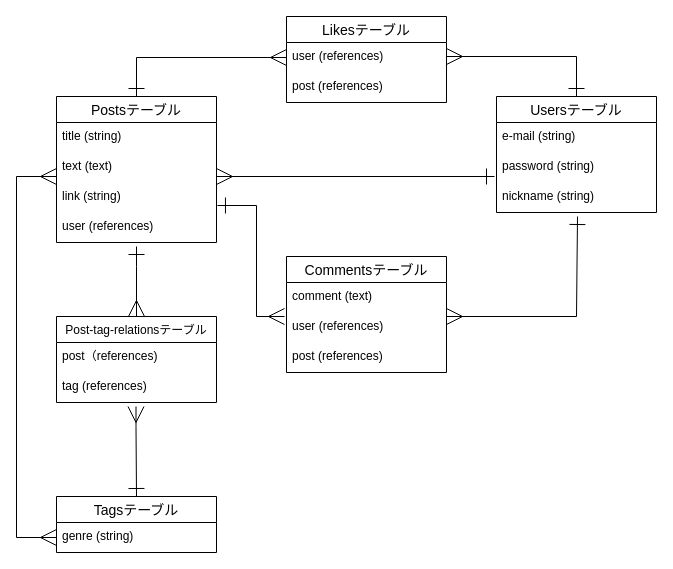
Above: ER.dio in hidetsugu-o/music-recommend (draw.io), before the change. Source tidied: cells renumbered, new cells numbered last; positions are measured from the earlier drawing's top-left corner, leaving out a move shared by most shapes. Both pictures are drawn from the tidied source at 100%, with x=0, y=0 at pixel (16, 16).
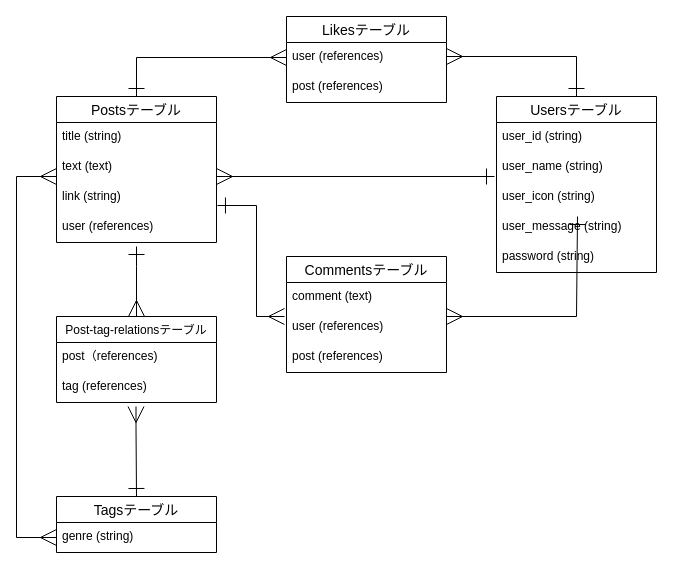
Above is the later version.

What changed in the source:
```diff
@@
     <mxCell id="15" value="Usersテーブル" style="swimlane;fontStyle=0;horizontal=1;startSize=26;align=center;fontSize=14;" parent="1" vertex="1">
-      <mxGeometry x="480" y="80" width="160" height="116" as="geometry" />
+      <mxGeometry x="480" y="80" width="160" height="176" as="geometry" />
     </mxCell>
-    <mxCell id="16" value="e-mail (string)" style="text;strokeColor=none;fillColor=none;spacingLeft=4;spacingRight=4;overflow=hidden;fontSize=12;" parent="15" vertex="1">
+    <mxCell id="16" value="user_id (string)" style="text;strokeColor=none;fillColor=none;spacingLeft=4;spacingRight=4;overflow=hidden;fontSize=12;" parent="15" vertex="1">
       <mxGeometry y="26" width="160" height="30" as="geometry" />
     </mxCell>
-    <mxCell id="17" value="password (string)" style="text;strokeColor=none;fillColor=none;spacingLeft=4;spacingRight=4;overflow=hidden;fontSize=12;" parent="15" vertex="1">
+    <mxCell id="17" value="user_name (string)" style="text;strokeColor=none;fillColor=none;spacingLeft=4;spacingRight=4;overflow=hidden;fontSize=12;" parent="15" vertex="1">
       <mxGeometry y="56" width="160" height="30" as="geometry" />
     </mxCell>
-    <mxCell id="18" value="nickname (string)" style="text;strokeColor=none;fillColor=none;spacingLeft=4;spacingRight=4;overflow=hidden;fontSize=12;" parent="15" vertex="1">
+    <mxCell id="18" value="user_icon (string)" style="text;strokeColor=none;fillColor=none;spacingLeft=4;spacingRight=4;overflow=hidden;fontSize=12;" parent="15" vertex="1">
       <mxGeometry y="86" width="160" height="30" as="geometry" />
     </mxCell>
+    <mxCell id="31" value="user_message (string)" style="text;strokeColor=none;fillColor=none;spacingLeft=4;spacingRight=4;overflow=hidden;fontSize=12;" parent="15" vertex="1">
+      <mxGeometry y="116" width="160" height="30" as="geometry" />
+    </mxCell>
+    <mxCell id="32" value="password (string)" style="text;strokeColor=none;fillColor=none;spacingLeft=4;spacingRight=4;overflow=hidden;fontSize=12;" parent="15" vertex="1">
+      <mxGeometry y="146" width="160" height="30" as="geometry" />
+    </mxCell>
```
